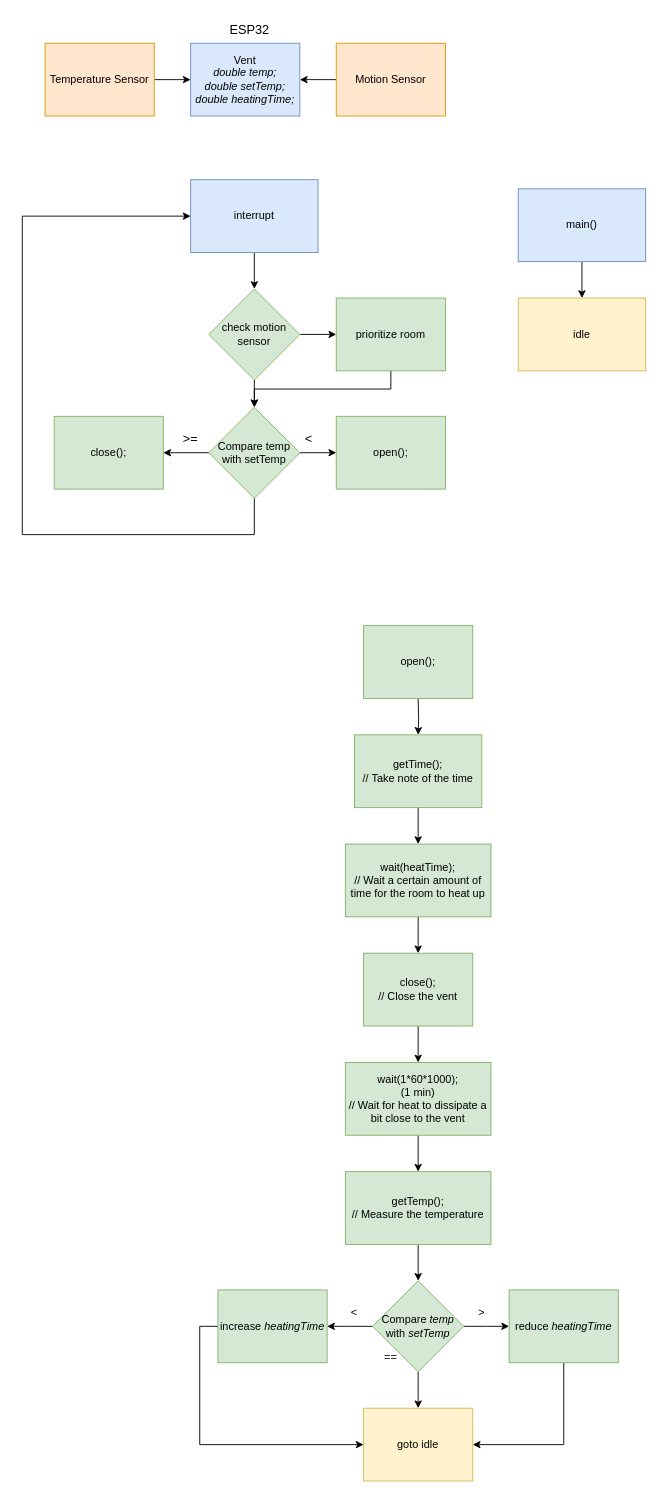
sparkra1n/smart-vents-hardware keeps this draw.io diagram as concept/vent.drawio. Above is the earlier version. Source tidied: cells renumbered, new cells numbered last; positions are measured from the earlier drawing's top-left corner, leaving out a move shared by most shapes. Both pictures are drawn from the tidied source at 91%, with x=0, y=0 at pixel (22, 15).
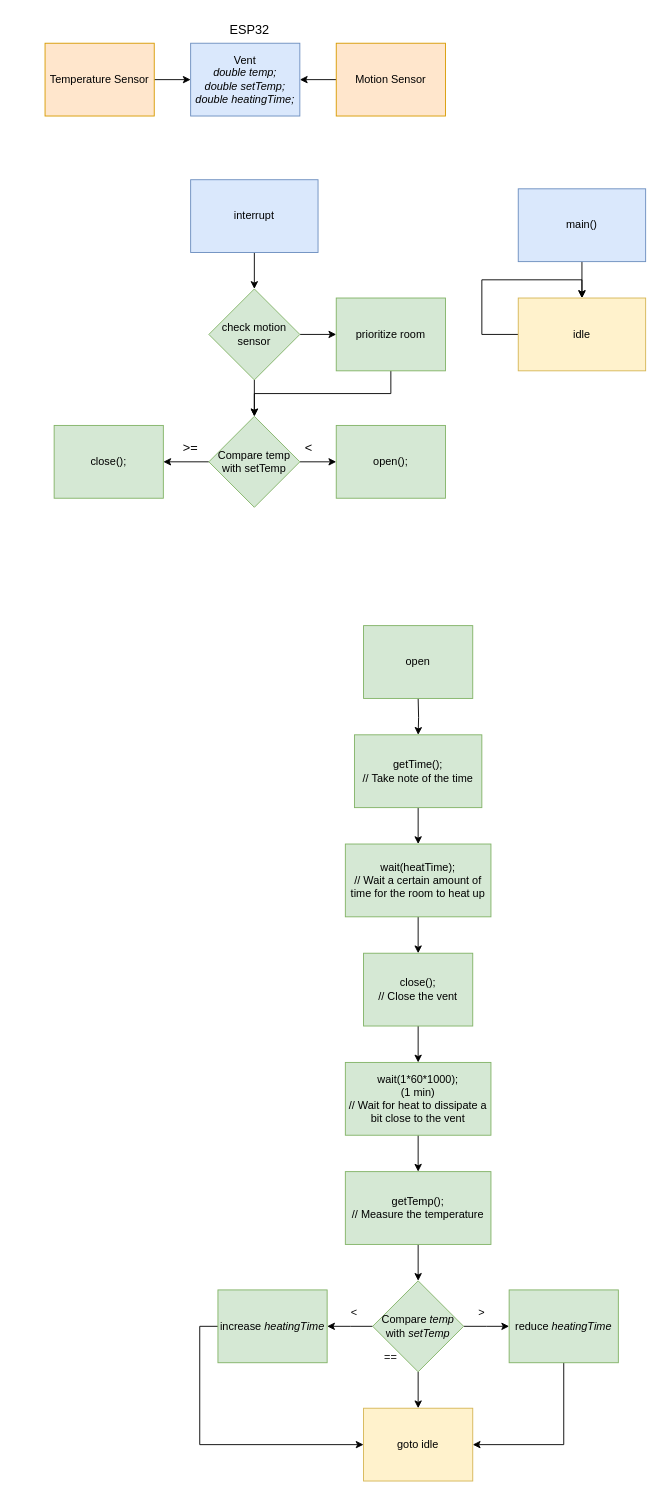
After the change.

Unchanged cells that the change refers to:
```xml
<mxCell id="40" value="interrupt" style="whiteSpace=wrap;html=1;fillColor=#dae8fc;strokeColor=#6c8ebf;rounded=0;" parent="1" vertex="1">
  <mxGeometry x="185" y="180" width="140" height="80" as="geometry" />
</mxCell>
<mxCell id="47" value="idle" style="whiteSpace=wrap;html=1;fillColor=#fff2cc;strokeColor=#d6b656;rounded=0;" parent="1" vertex="1">
  <mxGeometry x="545" y="310" width="140" height="80" as="geometry" />
</mxCell>
```

Change to the diagram source:
```diff
@@
-    <mxCell id="9" style="edgeStyle=orthogonalEdgeStyle;rounded=0;jettySize=auto;html=1;exitX=0.5;exitY=1;exitDx=0;exitDy=0;fontSize=12;entryX=0;entryY=0.5;entryDx=0;entryDy=0;" parent="1" edge="1" source="11" target="40">
-      <mxGeometry relative="1" as="geometry">
-        <Array as="points">
-          <mxPoint x="255" y="570" />
-          <mxPoint y="570" />
-          <mxPoint y="220" />
-        </Array>
-      </mxGeometry>
-    </mxCell>
@@
     <mxCell id="11" value="Compare temp with setTemp" style="rhombus;whiteSpace=wrap;html=1;rounded=0;fillColor=#d5e8d4;strokeColor=#82b366;" parent="1" vertex="1">
-      <mxGeometry x="205" y="430" width="100" height="100" as="geometry" />
+      <mxGeometry x="205" y="440" width="100" height="100" as="geometry" />
     </mxCell>
@@
-    <mxCell id="13" value="open();" style="whiteSpace=wrap;html=1;fillColor=#d5e8d4;strokeColor=#82b366;rounded=0;" parent="1" vertex="1">
+    <mxCell id="13" value="&lt;div&gt;open&lt;/div&gt;" style="whiteSpace=wrap;html=1;fillColor=#d5e8d4;strokeColor=#82b366;rounded=0;" parent="1" vertex="1">
       <mxGeometry x="375" y="670" width="120" height="80" as="geometry" />
     </mxCell>
     <mxCell id="14" value="close();" style="whiteSpace=wrap;html=1;fillColor=#d5e8d4;strokeColor=#82b366;rounded=0;" parent="1" vertex="1">
-      <mxGeometry x="35" y="440" width="120" height="80" as="geometry" />
+      <mxGeometry x="35" y="450" width="120" height="80" as="geometry" />
     </mxCell>
     <mxCell id="15" value="&amp;gt;=" style="text;html=1;strokeColor=none;fillColor=none;align=center;verticalAlign=middle;whiteSpace=wrap;rounded=0;fontSize=14;" parent="1" vertex="1">
-      <mxGeometry x="155" y="450" width="60" height="30" as="geometry" />
+      <mxGeometry x="155" y="460" width="60" height="30" as="geometry" />
     </mxCell>
     <mxCell id="16" value="&amp;lt;" style="text;html=1;strokeColor=none;fillColor=none;align=center;verticalAlign=middle;whiteSpace=wrap;rounded=0;fontSize=14;" parent="1" vertex="1">
-      <mxGeometry x="285" y="450" width="60" height="30" as="geometry" />
+      <mxGeometry x="285" y="460" width="60" height="30" as="geometry" />
     </mxCell>
@@
     <mxCell id="41" value="open();" style="whiteSpace=wrap;html=1;fillColor=#d5e8d4;strokeColor=#82b366;rounded=0;" parent="1" vertex="1">
-      <mxGeometry x="345" y="440" width="120" height="80" as="geometry" />
+      <mxGeometry x="345" y="450" width="120" height="80" as="geometry" />
     </mxCell>
@@
+    <mxCell id="50" style="edgeStyle=orthogonalEdgeStyle;rounded=0;orthogonalLoop=1;jettySize=auto;html=1;fontColor=#050505;entryX=0.5;entryY=0;entryDx=0;entryDy=0;" parent="1" edge="1" source="47" target="47">
+      <mxGeometry relative="1" as="geometry">
+        <Array as="points">
+          <mxPoint x="505" y="350" />
+          <mxPoint x="505" y="290" />
+          <mxPoint x="615" y="290" />
+        </Array>
+      </mxGeometry>
+    </mxCell>
```
